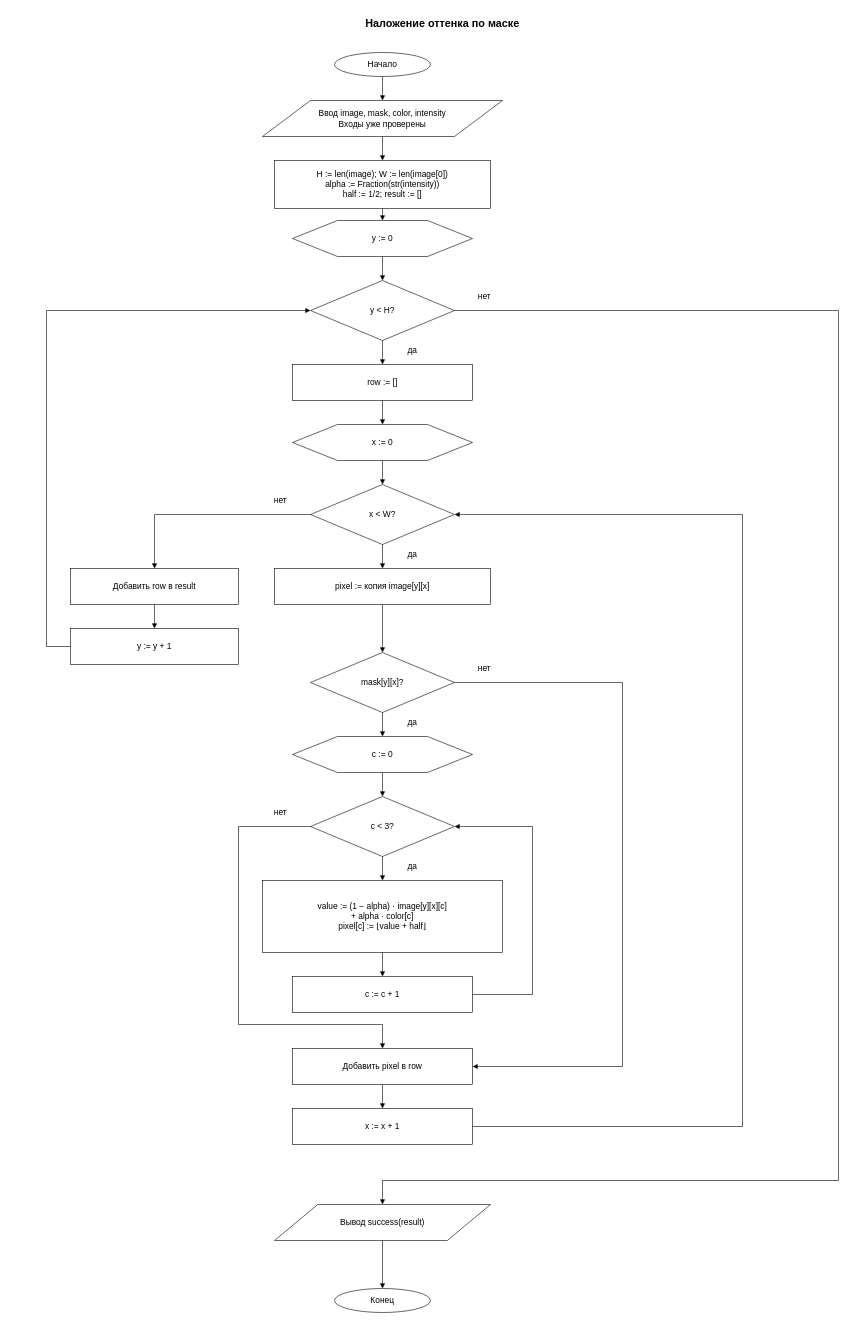
This is models/algo_2.drawio from waitefy/retail-ar-practice, a draw.io file, before an edit. Source tidied: cells renumbered, new cells numbered last; positions are measured from the earlier drawing's top-left corner, leaving out a move shared by most shapes. Both pictures are drawn from the tidied source at 60%, with x=0, y=0 at pixel (46, 10).
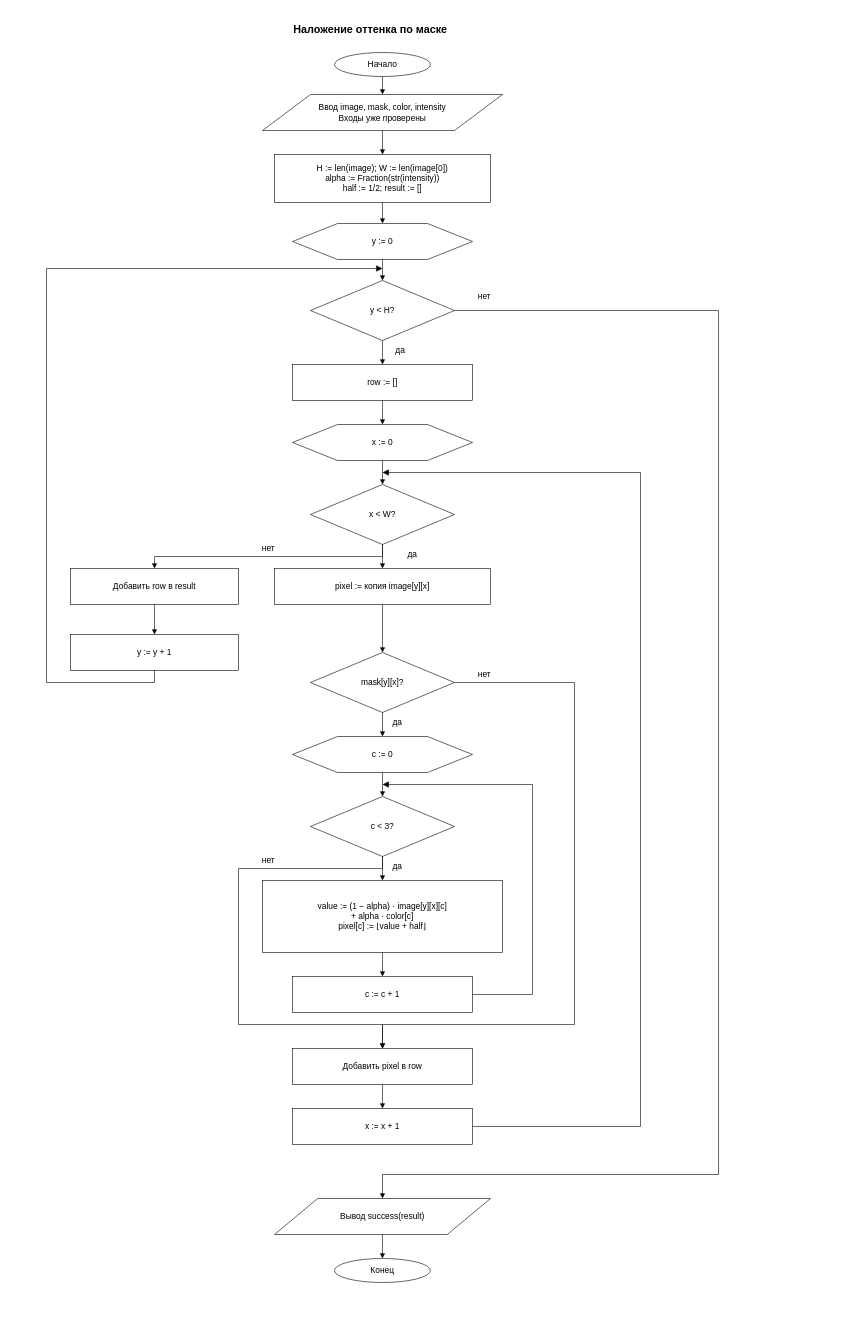
Above is the later version.

The change refers to these unchanged cells:
```xml
<mxCell id="7" value="y &lt; H?" style="shape=rhombus;whiteSpace=wrap;html=0;align=center;verticalAlign=middle;fontFamily=Arial;fontSize=14;strokeColor=#000000;fillColor=#ffffff;strokeWidth=1;spacing=4;rounded=0;" parent="1" vertex="1">
  <mxGeometry x="440" y="450" width="240" height="100" as="geometry" />
</mxCell>
<mxCell id="10" value="x &lt; W?" style="shape=rhombus;whiteSpace=wrap;html=0;align=center;verticalAlign=middle;fontFamily=Arial;fontSize=14;strokeColor=#000000;fillColor=#ffffff;strokeWidth=1;spacing=4;rounded=0;" parent="1" vertex="1">
  <mxGeometry x="440" y="790" width="240" height="100" as="geometry" />
</mxCell>
<mxCell id="12" value="mask[y][x]?" style="shape=rhombus;whiteSpace=wrap;html=0;align=center;verticalAlign=middle;fontFamily=Arial;fontSize=14;strokeColor=#000000;fillColor=#ffffff;strokeWidth=1;spacing=4;rounded=0;" parent="1" vertex="1">
  <mxGeometry x="440" y="1070" width="240" height="100" as="geometry" />
</mxCell>
<mxCell id="14" value="c &lt; 3?" style="shape=rhombus;whiteSpace=wrap;html=0;align=center;verticalAlign=middle;fontFamily=Arial;fontSize=14;strokeColor=#000000;fillColor=#ffffff;strokeWidth=1;spacing=4;rounded=0;" parent="1" vertex="1">
  <mxGeometry x="440" y="1310" width="240" height="100" as="geometry" />
</mxCell>
<mxCell id="16" value="c := c + 1" style="shape=rectangle;whiteSpace=wrap;html=0;align=center;verticalAlign=middle;fontFamily=Arial;fontSize=14;strokeColor=#000000;fillColor=#ffffff;strokeWidth=1;spacing=4;rounded=0;" parent="1" vertex="1">
  <mxGeometry x="410" y="1610" width="300" height="60" as="geometry" />
</mxCell>
<mxCell id="17" value="Добавить pixel в row" style="shape=rectangle;whiteSpace=wrap;html=0;align=center;verticalAlign=middle;fontFamily=Arial;fontSize=14;strokeColor=#000000;fillColor=#ffffff;strokeWidth=1;spacing=4;rounded=0;" parent="1" vertex="1">
  <mxGeometry x="410" y="1730" width="300" height="60" as="geometry" />
</mxCell>
<mxCell id="18" value="x := x + 1" style="shape=rectangle;whiteSpace=wrap;html=0;align=center;verticalAlign=middle;fontFamily=Arial;fontSize=14;strokeColor=#000000;fillColor=#ffffff;strokeWidth=1;spacing=4;rounded=0;" parent="1" vertex="1">
  <mxGeometry x="410" y="1830" width="300" height="60" as="geometry" />
</mxCell>
<mxCell id="19" value="Добавить row в result" style="shape=rectangle;whiteSpace=wrap;html=0;align=center;verticalAlign=middle;fontFamily=Arial;fontSize=14;strokeColor=#000000;fillColor=#ffffff;strokeWidth=1;spacing=4;rounded=0;" parent="1" vertex="1">
  <mxGeometry x="40" y="930" width="280" height="60" as="geometry" />
</mxCell>
<mxCell id="26" style="edgeStyle=orthogonalEdgeStyle;rounded=0;jettySize=0;html=0;strokeColor=#000000;strokeWidth=1;exitX=0.5;exitY=1;exitDx=0;exitDy=0;entryX=0.5;entryY=0;entryDx=0;entryDy=0;endArrow=block;endFill=1;" parent="1" edge="1" source="6" target="7">
  <mxGeometry relative="1" as="geometry" />
</mxCell>
<mxCell id="29" style="edgeStyle=orthogonalEdgeStyle;rounded=0;jettySize=0;html=0;strokeColor=#000000;strokeWidth=1;exitX=0.5;exitY=1;exitDx=0;exitDy=0;entryX=0.5;entryY=0;entryDx=0;entryDy=0;endArrow=block;endFill=1;" parent="1" edge="1" source="9" target="10">
  <mxGeometry relative="1" as="geometry" />
</mxCell>
<mxCell id="33" style="edgeStyle=orthogonalEdgeStyle;rounded=0;jettySize=0;html=0;strokeColor=#000000;strokeWidth=1;exitX=0.5;exitY=1;exitDx=0;exitDy=0;entryX=0.5;entryY=0;entryDx=0;entryDy=0;endArrow=block;endFill=1;" parent="1" edge="1" source="13" target="14">
  <mxGeometry relative="1" as="geometry" />
</mxCell>
```

What changed in the source:
```diff
@@
     <mxCell id="2" value="Наложение оттенка по маске" style="text;html=0;align=center;verticalAlign=middle;fontFamily=Arial;fontSize=18;fontStyle=1;strokeColor=none;fillColor=none;" parent="1" vertex="1">
-      <mxGeometry x="60" width="1200" height="40" as="geometry" />
+      <mxGeometry x="-60.1" y="10" width="1200" height="40" as="geometry" />
     </mxCell>
@@
     <mxCell id="4" value="Ввод image, mask, color, intensity&#10;Входы уже проверены" style="shape=parallelogram;whiteSpace=wrap;html=0;align=center;verticalAlign=middle;fontFamily=Arial;fontSize=14;strokeColor=#000000;fillColor=#ffffff;strokeWidth=1;spacing=4;rounded=0;" parent="1" vertex="1">
-      <mxGeometry x="360" y="150" width="400" height="60" as="geometry" />
+      <mxGeometry x="360" y="140" width="400" height="60" as="geometry" />
     </mxCell>
     <mxCell id="5" value="H := len(image); W := len(image[0])&#10;alpha := Fraction(str(intensity))&#10;half := 1/2; result := []" style="shape=rectangle;whiteSpace=wrap;html=0;align=center;verticalAlign=middle;fontFamily=Arial;fontSize=14;strokeColor=#000000;fillColor=#ffffff;strokeWidth=1;spacing=4;rounded=0;" parent="1" vertex="1">
-      <mxGeometry x="380" y="250" width="360" height="80" as="geometry" />
+      <mxGeometry x="380" y="240" width="360" height="80" as="geometry" />
     </mxCell>
     <mxCell id="6" value="y := 0" style="shape=hexagon;whiteSpace=wrap;html=0;align=center;verticalAlign=middle;fontFamily=Arial;fontSize=14;strokeColor=#000000;fillColor=#ffffff;strokeWidth=1;spacing=4;rounded=0;" parent="1" vertex="1">
-      <mxGeometry x="410" y="350" width="300" height="60" as="geometry" />
+      <mxGeometry x="410" y="355" width="300" height="60" as="geometry" />
     </mxCell>
@@
     <mxCell id="20" value="y := y + 1" style="shape=rectangle;whiteSpace=wrap;html=0;align=center;verticalAlign=middle;fontFamily=Arial;fontSize=14;strokeColor=#000000;fillColor=#ffffff;strokeWidth=1;spacing=4;rounded=0;" parent="1" vertex="1">
-      <mxGeometry x="40" y="1030" width="280" height="60" as="geometry" />
+      <mxGeometry x="40" y="1040" width="280" height="60" as="geometry" />
     </mxCell>
     <mxCell id="21" value="Вывод success(result)" style="shape=parallelogram;whiteSpace=wrap;html=0;align=center;verticalAlign=middle;fontFamily=Arial;fontSize=14;strokeColor=#000000;fillColor=#ffffff;strokeWidth=1;spacing=4;rounded=0;" parent="1" vertex="1">
-      <mxGeometry x="380" y="1990" width="360" height="60" as="geometry" />
+      <mxGeometry x="380" y="1980" width="360" height="60" as="geometry" />
     </mxCell>
     <mxCell id="22" value="Конец" style="shape=ellipse;whiteSpace=wrap;html=0;align=center;verticalAlign=middle;fontFamily=Arial;fontSize=14;strokeColor=#000000;fillColor=#ffffff;strokeWidth=1;spacing=4;rounded=0;" parent="1" vertex="1">
-      <mxGeometry x="480" y="2130" width="160" height="40" as="geometry" />
+      <mxGeometry x="479.9" y="2080" width="160" height="40" as="geometry" />
     </mxCell>
@@
-    <mxCell id="39" style="edgeStyle=orthogonalEdgeStyle;rounded=0;jettySize=0;html=0;strokeColor=#000000;strokeWidth=1;exitX=1;exitY=0.5;exitDx=0;exitDy=0;entryX=1;entryY=0.5;entryDx=0;entryDy=0;endArrow=block;endFill=1;" parent="1" edge="1" source="16" target="14">
+    <mxCell id="39" style="edgeStyle=orthogonalEdgeStyle;rounded=0;jettySize=0;html=0;strokeColor=#000000;strokeWidth=1;exitDx=0;exitDy=0;entryDx=0;entryDy=0;endArrow=block;endFill=1;exitX=1;exitY=0.5;entryX=0.5;entryY=0.5;entryPerimeter=0;endSize=8;" parent="1" edge="1" source="16" target="54">
       <mxGeometry relative="1" as="geometry">
         <Array as="points">
           <mxPoint x="810" y="1640" />
-          <mxPoint x="810" y="1360" />
+          <mxPoint x="810" y="1290" />
         </Array>
       </mxGeometry>
     </mxCell>
-    <mxCell id="40" style="edgeStyle=orthogonalEdgeStyle;rounded=0;jettySize=0;html=0;strokeColor=#000000;strokeWidth=1;exitX=0;exitY=0.5;exitDx=0;exitDy=0;entryX=0.5;entryY=0;entryDx=0;entryDy=0;endArrow=block;endFill=1;" parent="1" edge="1" source="14" target="17">
+    <mxCell id="40" style="edgeStyle=orthogonalEdgeStyle;rounded=0;jettySize=0;html=0;strokeColor=#000000;strokeWidth=1;exitDx=0;exitDy=0;entryDx=0;entryDy=0;endArrow=block;endFill=1;exitX=0.5;exitY=1;entryX=0.5;entryY=0;" parent="1" edge="1" source="14" target="17">
       <mxGeometry relative="1" as="geometry">
         <Array as="points">
-          <mxPoint x="320" y="1360" />
+          <mxPoint x="560" y="1430" />
+          <mxPoint x="320" y="1430" />
           <mxPoint x="320" y="1690" />
           <mxPoint x="560" y="1690" />
         </Array>
       </mxGeometry>
     </mxCell>
-    <mxCell id="41" style="edgeStyle=orthogonalEdgeStyle;rounded=0;jettySize=0;html=0;strokeColor=#000000;strokeWidth=1;exitX=1;exitY=0.5;exitDx=0;exitDy=0;entryX=1;entryY=0.5;entryDx=0;entryDy=0;endArrow=block;endFill=1;" parent="1" edge="1" source="12" target="17">
+    <mxCell id="41" style="edgeStyle=orthogonalEdgeStyle;rounded=0;jettySize=0;html=0;strokeColor=#000000;strokeWidth=1;exitDx=0;exitDy=0;entryDx=0;entryDy=0;endArrow=block;endFill=1;exitX=1;exitY=0.5;entryX=0.5;entryY=0;" parent="1" edge="1" source="12" target="17">
       <mxGeometry relative="1" as="geometry">
         <Array as="points">
-          <mxPoint x="960" y="1120" />
-          <mxPoint x="960" y="1760" />
+          <mxPoint x="880" y="1120" />
+          <mxPoint x="880" y="1690" />
+          <mxPoint x="560" y="1690" />
         </Array>
       </mxGeometry>
     </mxCell>
-    <mxCell id="42" style="edgeStyle=orthogonalEdgeStyle;rounded=0;jettySize=0;html=0;strokeColor=#000000;strokeWidth=1;exitX=1;exitY=0.5;exitDx=0;exitDy=0;entryX=1;entryY=0.5;entryDx=0;entryDy=0;endArrow=block;endFill=1;" parent="1" edge="1" source="18" target="10">
+    <mxCell id="42" style="edgeStyle=orthogonalEdgeStyle;rounded=0;jettySize=0;html=0;strokeColor=#000000;strokeWidth=1;exitDx=0;exitDy=0;entryDx=0;entryDy=0;endArrow=block;endFill=1;exitX=1;exitY=0.5;entryX=0.5;entryY=0.5;entryPerimeter=0;endSize=8;" parent="1" edge="1" source="18" target="55">
       <mxGeometry relative="1" as="geometry">
         <Array as="points">
-          <mxPoint x="1160" y="1860" />
-          <mxPoint x="1160" y="840" />
+          <mxPoint x="990" y="1860" />
+          <mxPoint x="990" y="770" />
         </Array>
       </mxGeometry>
     </mxCell>
-    <mxCell id="43" style="edgeStyle=orthogonalEdgeStyle;rounded=0;jettySize=0;html=0;strokeColor=#000000;strokeWidth=1;exitX=0;exitY=0.5;exitDx=0;exitDy=0;entryX=0.5;entryY=0;entryDx=0;entryDy=0;endArrow=block;endFill=1;" parent="1" edge="1" source="10" target="19">
+    <mxCell id="43" style="edgeStyle=orthogonalEdgeStyle;rounded=0;jettySize=0;html=0;strokeColor=#000000;strokeWidth=1;exitDx=0;exitDy=0;entryDx=0;entryDy=0;endArrow=block;endFill=1;exitX=0.5;exitY=1;entryX=0.5;entryY=0;" parent="1" edge="1" source="10" target="19">
       <mxGeometry relative="1" as="geometry">
         <Array as="points">
-          <mxPoint x="180" y="840" />
+          <mxPoint x="560" y="910" />
+          <mxPoint x="180" y="910" />
         </Array>
       </mxGeometry>
     </mxCell>
-    <mxCell id="44" style="edgeStyle=orthogonalEdgeStyle;rounded=0;jettySize=0;html=0;strokeColor=#000000;strokeWidth=1;exitX=0;exitY=0.5;exitDx=0;exitDy=0;entryX=0;entryY=0.5;entryDx=0;entryDy=0;endArrow=block;endFill=1;" parent="1" edge="1" source="20" target="7">
+    <mxCell id="44" style="edgeStyle=orthogonalEdgeStyle;rounded=0;jettySize=0;html=0;strokeColor=#000000;strokeWidth=1;exitDx=0;exitDy=0;entryDx=0;entryDy=0;endArrow=block;endFill=1;exitX=0.5;exitY=1;entryX=0.5;entryY=0.5;entryPerimeter=0;endSize=8;" parent="1" edge="1" source="20" target="56">
       <mxGeometry relative="1" as="geometry">
         <Array as="points">
-          <mxPoint y="1060" />
-          <mxPoint y="500" />
+          <mxPoint x="180" y="1120" />
+          <mxPoint y="1120" />
+          <mxPoint y="430" />
         </Array>
       </mxGeometry>
     </mxCell>
     <mxCell id="45" style="edgeStyle=orthogonalEdgeStyle;rounded=0;jettySize=0;html=0;strokeColor=#000000;strokeWidth=1;exitX=1;exitY=0.5;exitDx=0;exitDy=0;entryX=0.5;entryY=0;entryDx=0;entryDy=0;endArrow=block;endFill=1;" parent="1" edge="1" source="7" target="21">
       <mxGeometry relative="1" as="geometry">
         <Array as="points">
-          <mxPoint x="1320" y="500" />
-          <mxPoint x="1320" y="1950" />
-          <mxPoint x="560" y="1950" />
+          <mxPoint x="1120.1" y="500" />
+          <mxPoint x="1120.1" y="1940" />
+          <mxPoint x="560" y="1940" />
         </Array>
       </mxGeometry>
     </mxCell>
     <mxCell id="46" value="да" style="text;html=0;align=center;verticalAlign=middle;fontFamily=Arial;fontSize=14;strokeColor=none;fillColor=none;" parent="1" vertex="1">
-      <mxGeometry x="580" y="550" width="60" height="30" as="geometry" />
+      <mxGeometry x="569.9" y="550" width="40.1" height="30" as="geometry" />
     </mxCell>
@@
     <mxCell id="49" value="нет" style="text;html=0;align=center;verticalAlign=middle;fontFamily=Arial;fontSize=14;strokeColor=none;fillColor=none;" parent="1" vertex="1">
-      <mxGeometry x="360" y="800" width="60" height="30" as="geometry" />
+      <mxGeometry x="340" y="880" width="60" height="30" as="geometry" />
     </mxCell>
     <mxCell id="50" value="да" style="text;html=0;align=center;verticalAlign=middle;fontFamily=Arial;fontSize=14;strokeColor=none;fillColor=none;" parent="1" vertex="1">
-      <mxGeometry x="580" y="1170" width="60" height="30" as="geometry" />
+      <mxGeometry x="570" y="1170" width="30" height="30" as="geometry" />
     </mxCell>
     <mxCell id="51" value="нет" style="text;html=0;align=center;verticalAlign=middle;fontFamily=Arial;fontSize=14;strokeColor=none;fillColor=none;" parent="1" vertex="1">
-      <mxGeometry x="700" y="1080" width="60" height="30" as="geometry" />
+      <mxGeometry x="700" y="1090" width="60" height="30" as="geometry" />
     </mxCell>
     <mxCell id="52" value="да" style="text;html=0;align=center;verticalAlign=middle;fontFamily=Arial;fontSize=14;strokeColor=none;fillColor=none;" parent="1" vertex="1">
-      <mxGeometry x="580" y="1410" width="60" height="30" as="geometry" />
+      <mxGeometry x="570" y="1410" width="30" height="30" as="geometry" />
     </mxCell>
     <mxCell id="53" value="нет" style="text;html=0;align=center;verticalAlign=middle;fontFamily=Arial;fontSize=14;strokeColor=none;fillColor=none;" parent="1" vertex="1">
-      <mxGeometry x="360" y="1320" width="60" height="30" as="geometry" />
+      <mxGeometry x="340" y="1400" width="60" height="30" as="geometry" />
     </mxCell>
+    <mxCell id="54" style="shape=ellipse;perimeter=none;fillColor=none;strokeColor=none;html=0;" parent="33" vertex="1">
+      <mxGeometry width="2" height="2" relative="1" as="geometry">
+        <mxPoint x="-1" y="-1" as="offset" />
+      </mxGeometry>
+    </mxCell>
+    <mxCell id="55" style="shape=ellipse;perimeter=none;fillColor=none;strokeColor=none;html=0;" parent="29" vertex="1">
+      <mxGeometry width="2" height="2" relative="1" as="geometry">
+        <mxPoint x="-1" y="-1" as="offset" />
+      </mxGeometry>
+    </mxCell>
+    <mxCell id="56" style="shape=ellipse;perimeter=none;fillColor=none;strokeColor=none;html=0;" parent="26" vertex="1">
+      <mxGeometry x="-0.14" width="2" height="2" relative="1" as="geometry">
+        <mxPoint x="-1" y="-1" as="offset" />
+      </mxGeometry>
+    </mxCell>
```
